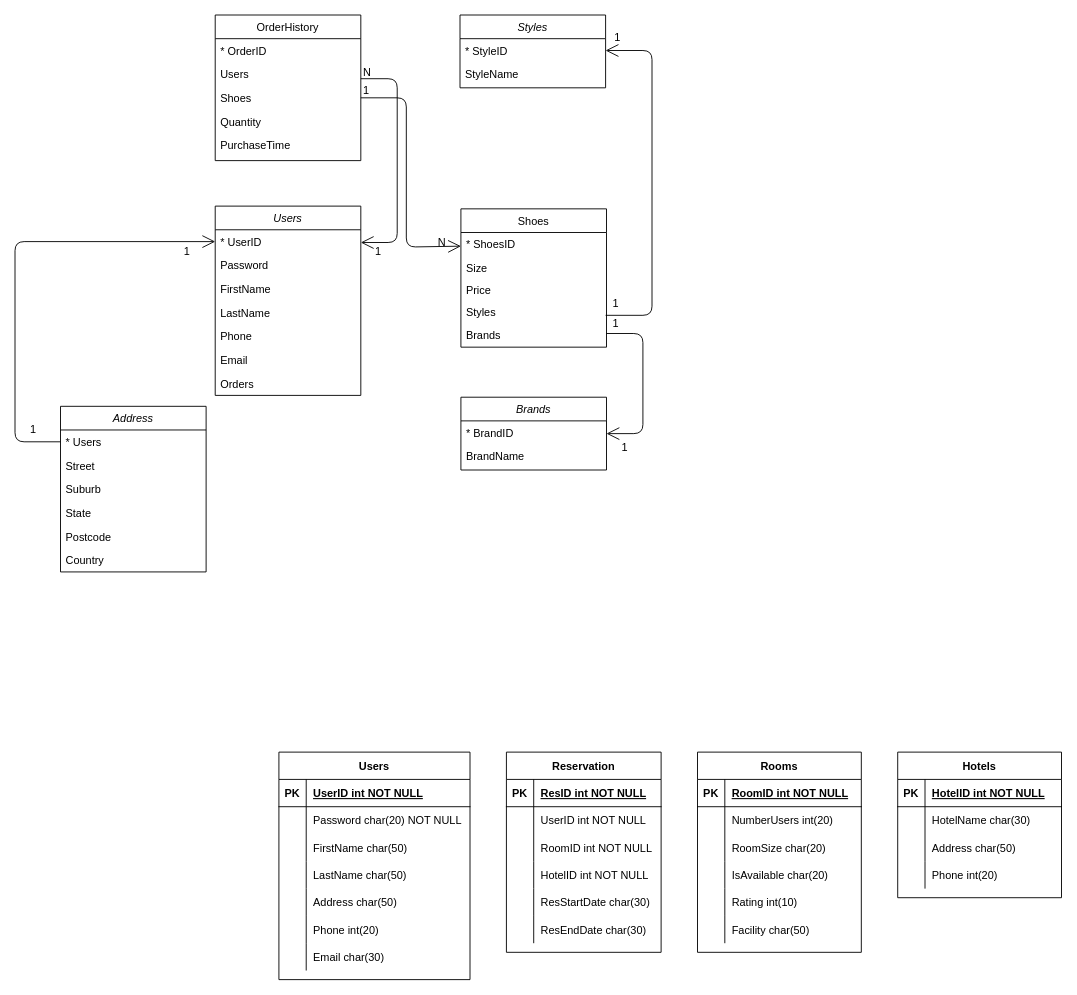
Ziqi222/name.c keeps this draw.io diagram as Web_final_exam.drawio. Above is the earlier version. Source tidied: cells renumbered, new cells numbered last; positions are measured from the earlier drawing's top-left corner, leaving out a move shared by most shapes. Both pictures are drawn from the tidied source at 91%, with x=0, y=0 at pixel (15, 15).
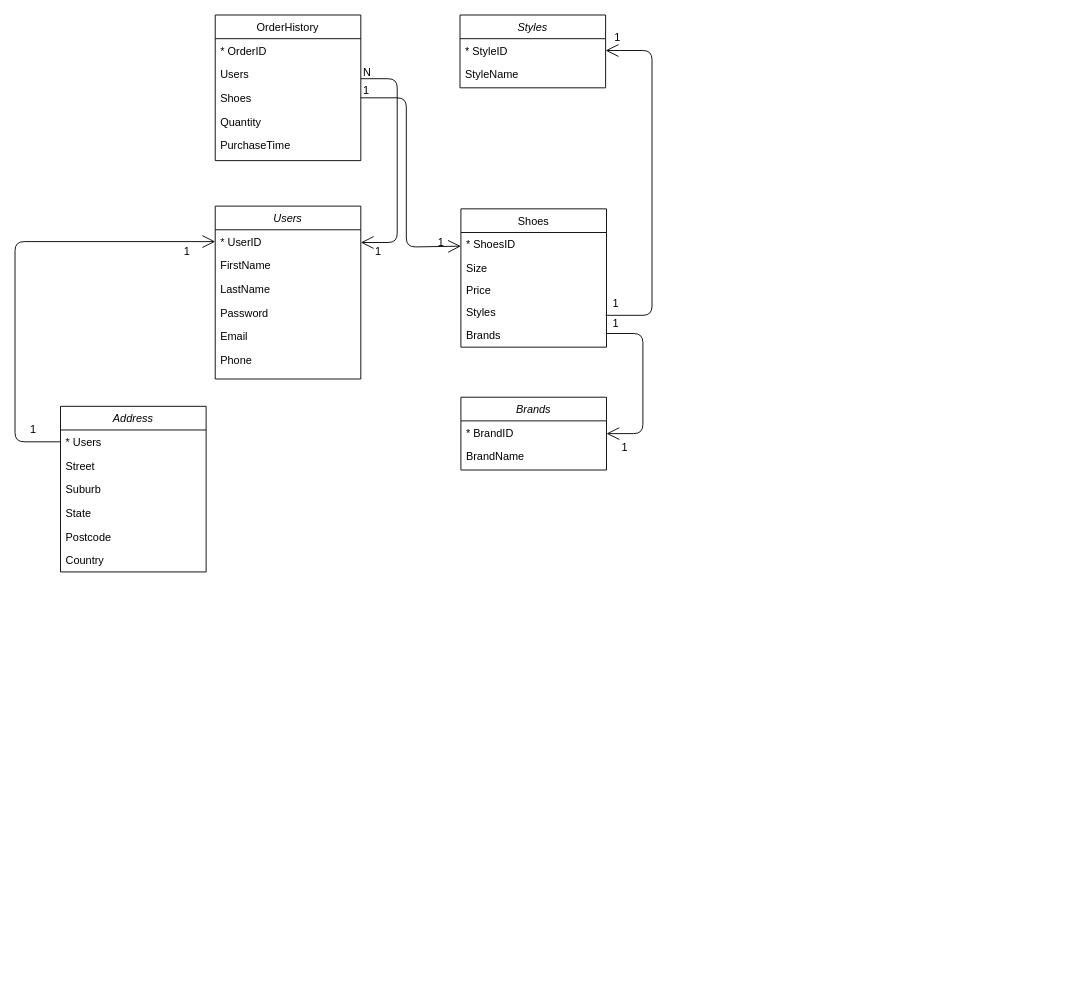
Above is the later version.

Diff of the diagram source:
```diff
@@
     <mxCell id="2" value="Users" style="swimlane;fontStyle=2;align=center;verticalAlign=top;horizontal=1;startSize=26;rounded=0;shadow=0;strokeWidth=1;" parent="1" vertex="1">
-      <mxGeometry x="220" y="210" width="160" height="208" as="geometry" />
+      <mxGeometry x="220" y="210" width="160" height="190" as="geometry" />
     </mxCell>
@@
-    <mxCell id="4" value="Password" style="text;align=left;verticalAlign=top;spacingLeft=4;spacingRight=4;overflow=hidden;rounded=0;shadow=0;html=0;" parent="2" vertex="1">
-      <mxGeometry y="52" width="160" height="26" as="geometry" />
-    </mxCell>
     <mxCell id="5" value="FirstName" style="text;align=left;verticalAlign=top;spacingLeft=4;spacingRight=4;overflow=hidden;rounded=0;shadow=0;html=0;" parent="2" vertex="1">
-      <mxGeometry y="78" width="160" height="26" as="geometry" />
+      <mxGeometry y="52" width="160" height="26" as="geometry" />
     </mxCell>
     <mxCell id="6" value="LastName" style="text;align=left;verticalAlign=top;spacingLeft=4;spacingRight=4;overflow=hidden;rounded=0;shadow=0;html=0;" parent="2" vertex="1">
-      <mxGeometry y="104" width="160" height="26" as="geometry" />
+      <mxGeometry y="78" width="160" height="26" as="geometry" />
     </mxCell>
     <mxCell id="7" style="align=left;verticalAlign=bottom;labelBackgroundColor=none;fontSize=12;" parent="2" vertex="1">
-      <mxGeometry y="130" width="160" as="geometry">
+      <mxGeometry y="104" width="160" as="geometry">
         <mxPoint x="-557" y="-108" as="offset" />
       </mxGeometry>
     </mxCell>
+    <mxCell id="4" value="Password" style="text;align=left;verticalAlign=top;spacingLeft=4;spacingRight=4;overflow=hidden;rounded=0;shadow=0;html=0;" parent="2" vertex="1">
+      <mxGeometry y="104" width="160" height="26" as="geometry" />
+    </mxCell>
+    <mxCell id="9" value="Email" style="text;align=left;verticalAlign=top;spacingLeft=4;spacingRight=4;overflow=hidden;rounded=0;shadow=0;html=0;" parent="2" vertex="1">
+      <mxGeometry y="130" width="160" height="26" as="geometry" />
+    </mxCell>
     <mxCell id="8" value="Phone" style="text;align=left;verticalAlign=top;spacingLeft=4;spacingRight=4;overflow=hidden;rounded=0;shadow=0;html=0;" parent="2" vertex="1">
-      <mxGeometry y="130" width="160" height="26" as="geometry" />
+      <mxGeometry y="156" width="160" height="26" as="geometry" />
     </mxCell>
-    <mxCell id="9" value="Email" style="text;align=left;verticalAlign=top;spacingLeft=4;spacingRight=4;overflow=hidden;rounded=0;shadow=0;html=0;" parent="2" vertex="1">
-      <mxGeometry y="156" width="160" height="26" as="geometry" />
-    </mxCell>
-    <mxCell id="10" value="Orders" style="text;align=left;verticalAlign=top;spacingLeft=4;spacingRight=4;overflow=hidden;rounded=0;shadow=0;html=0;" parent="2" vertex="1">
-      <mxGeometry y="182" width="160" height="26" as="geometry" />
-    </mxCell>
@@
-    <mxCell id="17" value="Users" style="shape=table;startSize=30;childLayout=tableLayout;rowLines=0;fontStyle=1;align=center;" parent="1" vertex="1">
-      <mxGeometry x="290" y="810" width="210" height="250" as="geometry" />
-    </mxCell>
-    <mxCell id="18" style="shape=partialRectangle;fillColor=none;top=0;left=0;right=0;bottom=1;" parent="17" vertex="1">
-      <mxGeometry y="30" width="210" height="30" as="geometry" />
-    </mxCell>
-    <mxCell id="19" value="PK" style="shape=partialRectangle;overflow=hidden;fillColor=none;top=0;left=0;bottom=0;right=0;fontStyle=1;" parent="18" vertex="1">
-      <mxGeometry width="30" height="30" as="geometry" />
-    </mxCell>
-    <mxCell id="20" value="UserID int NOT NULL " style="shape=partialRectangle;overflow=hidden;fillColor=none;top=0;left=0;bottom=0;right=0;align=left;spacingLeft=6;fontStyle=5;" parent="18" vertex="1">
-      <mxGeometry x="30" width="180" height="30" as="geometry" />
-    </mxCell>
-    <mxCell id="21" style="shape=partialRectangle;fillColor=none;top=0;left=0;right=0;bottom=0;" parent="17" vertex="1">
-      <mxGeometry y="60" width="210" height="30" as="geometry" />
-    </mxCell>
-    <mxCell id="22" style="shape=partialRectangle;overflow=hidden;fillColor=none;top=0;left=0;bottom=0;right=0;" parent="21" vertex="1">
-      <mxGeometry width="30" height="30" as="geometry" />
-    </mxCell>
-    <mxCell id="23" value="Password char(20) NOT NULL" style="shape=partialRectangle;overflow=hidden;fillColor=none;top=0;left=0;bottom=0;right=0;align=left;spacingLeft=6;" parent="21" vertex="1">
-      <mxGeometry x="30" width="180" height="30" as="geometry" />
-    </mxCell>
-    <mxCell id="24" style="shape=partialRectangle;fillColor=none;top=0;left=0;right=0;bottom=0;" parent="17" vertex="1">
-      <mxGeometry y="90" width="210" height="30" as="geometry" />
-    </mxCell>
-    <mxCell id="25" style="shape=partialRectangle;overflow=hidden;fillColor=none;top=0;left=0;bottom=0;right=0;" parent="24" vertex="1">
-      <mxGeometry width="30" height="30" as="geometry" />
-    </mxCell>
-    <mxCell id="26" value="FirstName char(50)" style="shape=partialRectangle;overflow=hidden;fillColor=none;top=0;left=0;bottom=0;right=0;align=left;spacingLeft=6;" parent="24" vertex="1">
-      <mxGeometry x="30" width="180" height="30" as="geometry" />
-    </mxCell>
-    <mxCell id="27" style="shape=partialRectangle;fillColor=none;top=0;left=0;right=0;bottom=0;" parent="17" vertex="1">
-      <mxGeometry y="120" width="210" height="30" as="geometry" />
-    </mxCell>
-    <mxCell id="28" style="shape=partialRectangle;overflow=hidden;fillColor=none;top=0;left=0;bottom=0;right=0;" parent="27" vertex="1">
-      <mxGeometry width="30" height="30" as="geometry" />
-    </mxCell>
-    <mxCell id="29" value="LastName char(50)" style="shape=partialRectangle;overflow=hidden;fillColor=none;top=0;left=0;bottom=0;right=0;align=left;spacingLeft=6;" parent="27" vertex="1">
-      <mxGeometry x="30" width="180" height="30" as="geometry" />
-    </mxCell>
-    <mxCell id="30" style="shape=partialRectangle;fillColor=none;top=0;left=0;right=0;bottom=0;" parent="17" vertex="1">
-      <mxGeometry y="150" width="210" height="30" as="geometry" />
-    </mxCell>
-    <mxCell id="31" style="shape=partialRectangle;overflow=hidden;fillColor=none;top=0;left=0;bottom=0;right=0;" parent="30" vertex="1">
-      <mxGeometry width="30" height="30" as="geometry" />
-    </mxCell>
-    <mxCell id="32" value="Address char(50)" style="shape=partialRectangle;overflow=hidden;fillColor=none;top=0;left=0;bottom=0;right=0;align=left;spacingLeft=6;" parent="30" vertex="1">
-      <mxGeometry x="30" width="180" height="30" as="geometry" />
-    </mxCell>
-    <mxCell id="33" style="shape=partialRectangle;fillColor=none;top=0;left=0;right=0;bottom=0;" parent="17" vertex="1">
-      <mxGeometry y="180" width="210" height="30" as="geometry" />
-    </mxCell>
-    <mxCell id="34" style="shape=partialRectangle;overflow=hidden;fillColor=none;top=0;left=0;bottom=0;right=0;" parent="33" vertex="1">
-      <mxGeometry width="30" height="30" as="geometry" />
-    </mxCell>
-    <mxCell id="35" value="Phone int(20)" style="shape=partialRectangle;overflow=hidden;fillColor=none;top=0;left=0;bottom=0;right=0;align=left;spacingLeft=6;" parent="33" vertex="1">
-      <mxGeometry x="30" width="180" height="30" as="geometry" />
-    </mxCell>
-    <mxCell id="36" style="shape=partialRectangle;fillColor=none;top=0;left=0;right=0;bottom=0;" parent="17" vertex="1">
-      <mxGeometry y="210" width="210" height="30" as="geometry" />
-    </mxCell>
-    <mxCell id="37" style="shape=partialRectangle;overflow=hidden;fillColor=none;top=0;left=0;bottom=0;right=0;" parent="36" vertex="1">
-      <mxGeometry width="30" height="30" as="geometry" />
-    </mxCell>
-    <mxCell id="38" value="Email char(30)" style="shape=partialRectangle;overflow=hidden;fillColor=none;top=0;left=0;bottom=0;right=0;align=left;spacingLeft=6;" parent="36" vertex="1">
-      <mxGeometry x="30" width="180" height="30" as="geometry" />
-    </mxCell>
-    <mxCell id="39" value="Reservation" style="shape=table;startSize=30;childLayout=tableLayout;rowLines=0;fontStyle=1;align=center;" parent="1" vertex="1">
-      <mxGeometry x="540" y="810" width="170" height="220" as="geometry" />
-    </mxCell>
-    <mxCell id="40" style="shape=partialRectangle;fillColor=none;top=0;left=0;right=0;bottom=1;" parent="39" vertex="1">
-      <mxGeometry y="30" width="170" height="30" as="geometry" />
-    </mxCell>
-    <mxCell id="41" value="PK" style="shape=partialRectangle;overflow=hidden;fillColor=none;top=0;left=0;bottom=0;right=0;fontStyle=1;" parent="40" vertex="1">
-      <mxGeometry width="30" height="30" as="geometry" />
-    </mxCell>
-    <mxCell id="42" value="ResID int NOT NULL " style="shape=partialRectangle;overflow=hidden;fillColor=none;top=0;left=0;bottom=0;right=0;align=left;spacingLeft=6;fontStyle=5;" parent="40" vertex="1">
-      <mxGeometry x="30" width="140" height="30" as="geometry" />
-    </mxCell>
-    <mxCell id="43" style="shape=partialRectangle;fillColor=none;top=0;left=0;right=0;bottom=0;" parent="39" vertex="1">
-      <mxGeometry y="60" width="170" height="30" as="geometry" />
-    </mxCell>
-    <mxCell id="44" style="shape=partialRectangle;overflow=hidden;fillColor=none;top=0;left=0;bottom=0;right=0;" parent="43" vertex="1">
-      <mxGeometry width="30" height="30" as="geometry" />
-    </mxCell>
-    <mxCell id="45" value="UserID int NOT NULL" style="shape=partialRectangle;overflow=hidden;fillColor=none;top=0;left=0;bottom=0;right=0;align=left;spacingLeft=6;" parent="43" vertex="1">
-      <mxGeometry x="30" width="140" height="30" as="geometry" />
-    </mxCell>
-    <mxCell id="46" style="shape=partialRectangle;fillColor=none;top=0;left=0;right=0;bottom=0;" parent="39" vertex="1">
-      <mxGeometry y="90" width="170" height="30" as="geometry" />
-    </mxCell>
-    <mxCell id="47" style="shape=partialRectangle;overflow=hidden;fillColor=none;top=0;left=0;bottom=0;right=0;" parent="46" vertex="1">
-      <mxGeometry width="30" height="30" as="geometry" />
-    </mxCell>
-    <mxCell id="48" value="RoomID int NOT NULL" style="shape=partialRectangle;overflow=hidden;fillColor=none;top=0;left=0;bottom=0;right=0;align=left;spacingLeft=6;" parent="46" vertex="1">
-      <mxGeometry x="30" width="140" height="30" as="geometry" />
-    </mxCell>
-    <mxCell id="49" style="shape=partialRectangle;fillColor=none;top=0;left=0;right=0;bottom=0;" parent="39" vertex="1">
-      <mxGeometry y="120" width="170" height="30" as="geometry" />
-    </mxCell>
-    <mxCell id="50" style="shape=partialRectangle;overflow=hidden;fillColor=none;top=0;left=0;bottom=0;right=0;" parent="49" vertex="1">
-      <mxGeometry width="30" height="30" as="geometry" />
-    </mxCell>
-    <mxCell id="51" value="HotelID int NOT NULL" style="shape=partialRectangle;overflow=hidden;fillColor=none;top=0;left=0;bottom=0;right=0;align=left;spacingLeft=6;" parent="49" vertex="1">
-      <mxGeometry x="30" width="140" height="30" as="geometry" />
-    </mxCell>
-    <mxCell id="52" style="shape=partialRectangle;fillColor=none;top=0;left=0;right=0;bottom=0;" parent="39" vertex="1">
-      <mxGeometry y="150" width="170" height="30" as="geometry" />
-    </mxCell>
-    <mxCell id="53" style="shape=partialRectangle;overflow=hidden;fillColor=none;top=0;left=0;bottom=0;right=0;" parent="52" vertex="1">
-      <mxGeometry width="30" height="30" as="geometry" />
-    </mxCell>
-    <mxCell id="54" value="ResStartDate char(30)" style="shape=partialRectangle;overflow=hidden;fillColor=none;top=0;left=0;bottom=0;right=0;align=left;spacingLeft=6;" parent="52" vertex="1">
-      <mxGeometry x="30" width="140" height="30" as="geometry" />
-    </mxCell>
-    <mxCell id="55" style="shape=partialRectangle;fillColor=none;top=0;left=0;right=0;bottom=0;" parent="39" vertex="1">
-      <mxGeometry y="180" width="170" height="30" as="geometry" />
-    </mxCell>
-    <mxCell id="56" style="shape=partialRectangle;overflow=hidden;fillColor=none;top=0;left=0;bottom=0;right=0;" parent="55" vertex="1">
-      <mxGeometry width="30" height="30" as="geometry" />
-    </mxCell>
-    <mxCell id="57" value="ResEndDate char(30)" style="shape=partialRectangle;overflow=hidden;fillColor=none;top=0;left=0;bottom=0;right=0;align=left;spacingLeft=6;" parent="55" vertex="1">
-      <mxGeometry x="30" width="140" height="30" as="geometry" />
-    </mxCell>
-    <mxCell id="58" value="Rooms" style="shape=table;startSize=30;childLayout=tableLayout;rowLines=0;fontStyle=1;align=center;" parent="1" vertex="1">
-      <mxGeometry x="750" y="810" width="180" height="220" as="geometry" />
-    </mxCell>
-    <mxCell id="59" style="shape=partialRectangle;fillColor=none;top=0;left=0;right=0;bottom=1;" parent="58" vertex="1">
-      <mxGeometry y="30" width="180" height="30" as="geometry" />
-    </mxCell>
-    <mxCell id="60" value="PK" style="shape=partialRectangle;overflow=hidden;fillColor=none;top=0;left=0;bottom=0;right=0;fontStyle=1;" parent="59" vertex="1">
-      <mxGeometry width="30" height="30" as="geometry" />
-    </mxCell>
-    <mxCell id="61" value="RoomID int NOT NULL " style="shape=partialRectangle;overflow=hidden;fillColor=none;top=0;left=0;bottom=0;right=0;align=left;spacingLeft=6;fontStyle=5;" parent="59" vertex="1">
-      <mxGeometry x="30" width="150" height="30" as="geometry" />
-    </mxCell>
-    <mxCell id="62" style="shape=partialRectangle;fillColor=none;top=0;left=0;right=0;bottom=0;" parent="58" vertex="1">
-      <mxGeometry y="60" width="180" height="30" as="geometry" />
-    </mxCell>
-    <mxCell id="63" style="shape=partialRectangle;overflow=hidden;fillColor=none;top=0;left=0;bottom=0;right=0;" parent="62" vertex="1">
-      <mxGeometry width="30" height="30" as="geometry" />
-    </mxCell>
-    <mxCell id="64" value="NumberUsers int(20)" style="shape=partialRectangle;overflow=hidden;fillColor=none;top=0;left=0;bottom=0;right=0;align=left;spacingLeft=6;" parent="62" vertex="1">
-      <mxGeometry x="30" width="150" height="30" as="geometry" />
-    </mxCell>
-    <mxCell id="65" style="shape=partialRectangle;fillColor=none;top=0;left=0;right=0;bottom=0;" parent="58" vertex="1">
-      <mxGeometry y="90" width="180" height="30" as="geometry" />
-    </mxCell>
-    <mxCell id="66" style="shape=partialRectangle;overflow=hidden;fillColor=none;top=0;left=0;bottom=0;right=0;" parent="65" vertex="1">
-      <mxGeometry width="30" height="30" as="geometry" />
-    </mxCell>
-    <mxCell id="67" value="RoomSize char(20)" style="shape=partialRectangle;overflow=hidden;fillColor=none;top=0;left=0;bottom=0;right=0;align=left;spacingLeft=6;" parent="65" vertex="1">
-      <mxGeometry x="30" width="150" height="30" as="geometry" />
-    </mxCell>
-    <mxCell id="68" style="shape=partialRectangle;fillColor=none;top=0;left=0;right=0;bottom=0;" parent="58" vertex="1">
-      <mxGeometry y="120" width="180" height="30" as="geometry" />
-    </mxCell>
-    <mxCell id="69" style="shape=partialRectangle;overflow=hidden;fillColor=none;top=0;left=0;bottom=0;right=0;" parent="68" vertex="1">
-      <mxGeometry width="30" height="30" as="geometry" />
-    </mxCell>
-    <mxCell id="70" value="IsAvailable char(20)" style="shape=partialRectangle;overflow=hidden;fillColor=none;top=0;left=0;bottom=0;right=0;align=left;spacingLeft=6;" parent="68" vertex="1">
-      <mxGeometry x="30" width="150" height="30" as="geometry" />
-    </mxCell>
-    <mxCell id="71" style="shape=partialRectangle;fillColor=none;top=0;left=0;right=0;bottom=0;" parent="58" vertex="1">
-      <mxGeometry y="150" width="180" height="30" as="geometry" />
-    </mxCell>
-    <mxCell id="72" style="shape=partialRectangle;overflow=hidden;fillColor=none;top=0;left=0;bottom=0;right=0;" parent="71" vertex="1">
-      <mxGeometry width="30" height="30" as="geometry" />
-    </mxCell>
-    <mxCell id="73" value="Rating int(10)" style="shape=partialRectangle;overflow=hidden;fillColor=none;top=0;left=0;bottom=0;right=0;align=left;spacingLeft=6;" parent="71" vertex="1">
-      <mxGeometry x="30" width="150" height="30" as="geometry" />
-    </mxCell>
-    <mxCell id="74" style="shape=partialRectangle;fillColor=none;top=0;left=0;right=0;bottom=0;" parent="58" vertex="1">
-      <mxGeometry y="180" width="180" height="30" as="geometry" />
-    </mxCell>
-    <mxCell id="75" style="shape=partialRectangle;overflow=hidden;fillColor=none;top=0;left=0;bottom=0;right=0;" parent="74" vertex="1">
-      <mxGeometry width="30" height="30" as="geometry" />
-    </mxCell>
-    <mxCell id="76" value="Facility char(50)" style="shape=partialRectangle;overflow=hidden;fillColor=none;top=0;left=0;bottom=0;right=0;align=left;spacingLeft=6;" parent="74" vertex="1">
-      <mxGeometry x="30" width="150" height="30" as="geometry" />
-    </mxCell>
-    <mxCell id="77" value="Hotels" style="shape=table;startSize=30;childLayout=tableLayout;rowLines=0;fontStyle=1;align=center;" parent="1" vertex="1">
-      <mxGeometry x="970" y="810" width="180" height="160" as="geometry" />
-    </mxCell>
-    <mxCell id="78" style="shape=partialRectangle;fillColor=none;top=0;left=0;right=0;bottom=1;" parent="77" vertex="1">
-      <mxGeometry y="30" width="180" height="30" as="geometry" />
-    </mxCell>
-    <mxCell id="79" value="PK" style="shape=partialRectangle;overflow=hidden;fillColor=none;top=0;left=0;bottom=0;right=0;fontStyle=1;" parent="78" vertex="1">
-      <mxGeometry width="30" height="30" as="geometry" />
-    </mxCell>
-    <mxCell id="80" value="HotelID int NOT NULL " style="shape=partialRectangle;overflow=hidden;fillColor=none;top=0;left=0;bottom=0;right=0;align=left;spacingLeft=6;fontStyle=5;" parent="78" vertex="1">
-      <mxGeometry x="30" width="150" height="30" as="geometry" />
-    </mxCell>
-    <mxCell id="81" style="shape=partialRectangle;fillColor=none;top=0;left=0;right=0;bottom=0;" parent="77" vertex="1">
-      <mxGeometry y="60" width="180" height="30" as="geometry" />
-    </mxCell>
-    <mxCell id="82" style="shape=partialRectangle;overflow=hidden;fillColor=none;top=0;left=0;bottom=0;right=0;" parent="81" vertex="1">
-      <mxGeometry width="30" height="30" as="geometry" />
-    </mxCell>
-    <mxCell id="83" value="HotelName char(30)" style="shape=partialRectangle;overflow=hidden;fillColor=none;top=0;left=0;bottom=0;right=0;align=left;spacingLeft=6;" parent="81" vertex="1">
-      <mxGeometry x="30" width="150" height="30" as="geometry" />
-    </mxCell>
-    <mxCell id="84" style="shape=partialRectangle;fillColor=none;top=0;left=0;right=0;bottom=0;" parent="77" vertex="1">
-      <mxGeometry y="90" width="180" height="30" as="geometry" />
-    </mxCell>
-    <mxCell id="85" style="shape=partialRectangle;overflow=hidden;fillColor=none;top=0;left=0;bottom=0;right=0;" parent="84" vertex="1">
-      <mxGeometry width="30" height="30" as="geometry" />
-    </mxCell>
-    <mxCell id="86" value="Address char(50)" style="shape=partialRectangle;overflow=hidden;fillColor=none;top=0;left=0;bottom=0;right=0;align=left;spacingLeft=6;" parent="84" vertex="1">
-      <mxGeometry x="30" width="150" height="30" as="geometry" />
-    </mxCell>
-    <mxCell id="87" style="shape=partialRectangle;fillColor=none;top=0;left=0;right=0;bottom=0;" parent="77" vertex="1">
-      <mxGeometry y="120" width="180" height="30" as="geometry" />
-    </mxCell>
-    <mxCell id="88" style="shape=partialRectangle;overflow=hidden;fillColor=none;top=0;left=0;bottom=0;right=0;" parent="87" vertex="1">
-      <mxGeometry width="30" height="30" as="geometry" />
-    </mxCell>
-    <mxCell id="89" value="Phone int(20)" style="shape=partialRectangle;overflow=hidden;fillColor=none;top=0;left=0;bottom=0;right=0;align=left;spacingLeft=6;" parent="87" vertex="1">
-      <mxGeometry x="30" width="150" height="30" as="geometry" />
-    </mxCell>
@@
-    <mxCell id="126" value="N" style="align=left;verticalAlign=bottom;labelBackgroundColor=none;fontSize=12;" parent="1" vertex="1">
+    <mxCell id="126" value="1" style="align=left;verticalAlign=bottom;labelBackgroundColor=none;fontSize=12;" parent="1" vertex="1">
       <mxGeometry x="649" y="250" as="geometry">
         <mxPoint x="-186" y="8" as="offset" />
       </mxGeometry>
     </mxCell>
```
